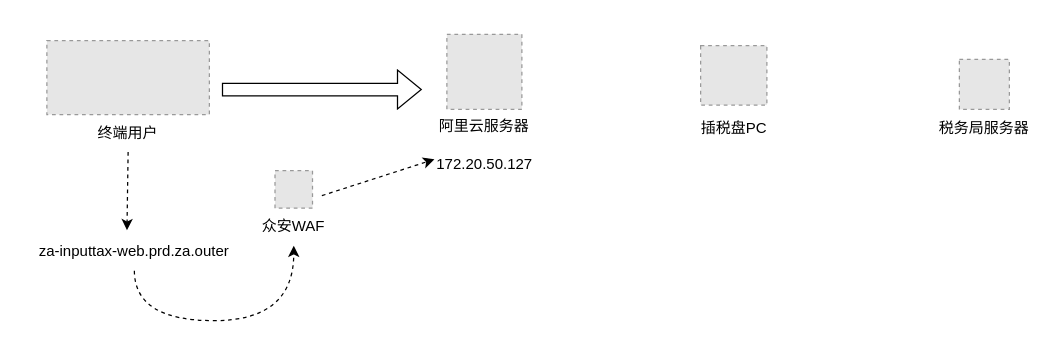
Before: caiwu.drawio in XianpengYang/draw.io, a draw.io diagram. Source tidied: cells renumbered, new cells numbered last; positions are measured from the earlier drawing's top-left corner, leaving out a move shared by most shapes. Both pictures are drawn from the tidied source at 125%, with x=0, y=0 at pixel (21, 34). Pictures stored in the file or linked from it are replaced by grey dashed boxes.
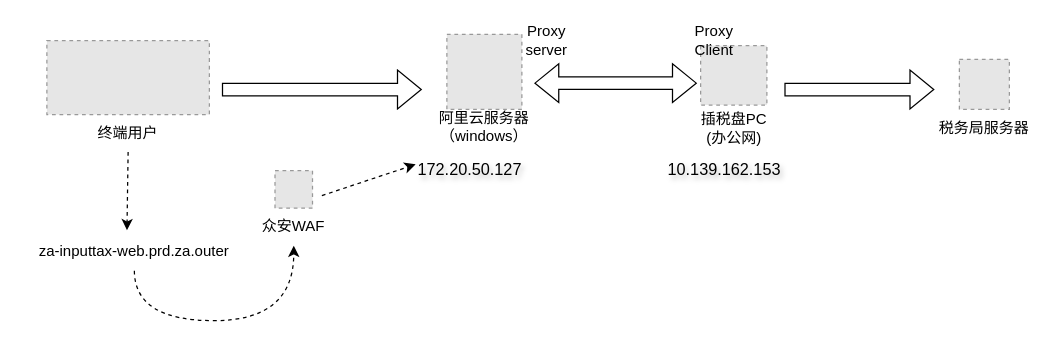
After the change.

Unchanged cells that the change refers to:
```xml
<mxCell id="5" style="group;" parent="1" vertex="1">
  <mxGeometry x="330" y="-0.1" width="80" height="89.1" as="geometry" />
</mxCell>
<mxCell id="8" style="group;" parent="1" vertex="1">
  <mxGeometry x="540" y="9" width="60" height="81" as="geometry" />
</mxCell>
```

Diff of the diagram source:
```diff
@@
-    <mxCell id="7" value="阿里云服务器" style="text;html=1;align=center;verticalAlign=middle;whiteSpace=wrap;rounded=0;" parent="5" vertex="1">
+    <mxCell id="7" value="阿里云服务器&lt;br&gt;（windows）" style="text;html=1;align=center;verticalAlign=middle;whiteSpace=wrap;rounded=0;" parent="5" vertex="1">
       <mxGeometry y="59.1" width="80" height="30" as="geometry" />
     </mxCell>
@@
-    <mxCell id="10" value="插税盘PC" style="text;html=1;align=center;verticalAlign=middle;whiteSpace=wrap;rounded=0;" parent="8" vertex="1">
+    <mxCell id="10" value="插税盘PC&lt;br&gt;(办公网)" style="text;html=1;align=center;verticalAlign=middle;whiteSpace=wrap;rounded=0;" parent="8" vertex="1">
       <mxGeometry y="51" width="60" height="30" as="geometry" />
     </mxCell>
@@
-    <mxCell id="16" value="172.20.50.127" style="text;whiteSpace=wrap;" parent="1" vertex="1">
-      <mxGeometry x="330" y="90" width="110" height="40" as="geometry" />
+    <mxCell id="16" value="172.20.50.127" style="text;whiteSpace=wrap;labelBackgroundColor=none;labelBorderColor=none;textShadow=1;fontSize=13;" parent="1" vertex="1">
+      <mxGeometry x="315" y="94" width="110" height="40" as="geometry" />
     </mxCell>
@@
+    <mxCell id="23" style="shape=flexArrow;endArrow=classic;startArrow=classic;html=1;rounded=0;" parent="1" edge="1">
+      <mxGeometry relative="1" as="geometry">
+        <mxPoint x="410" y="39" as="sourcePoint" />
+        <mxPoint x="540" y="39" as="targetPoint" />
+      </mxGeometry>
+    </mxCell>
+    <mxCell id="24" value="Proxy&lt;br&gt;server" style="text;html=1;align=center;verticalAlign=middle;whiteSpace=wrap;rounded=0;" parent="1" vertex="1">
+      <mxGeometry x="390" y="-10" width="60" height="30" as="geometry" />
+    </mxCell>
+    <mxCell id="25" value="Proxy&lt;br&gt;Client" style="text;html=1;align=center;verticalAlign=middle;whiteSpace=wrap;rounded=0;" parent="1" vertex="1">
+      <mxGeometry x="524" y="-10" width="60" height="30" as="geometry" />
+    </mxCell>
+    <mxCell id="26" value="10.139.162.153" style="text;whiteSpace=wrap;textShadow=1;fontSize=13;" parent="1" vertex="1">
+      <mxGeometry x="515" y="94" width="110" height="40" as="geometry" />
+    </mxCell>
+    <mxCell id="27" style="shape=flexArrow;endArrow=classic;html=1;rounded=0;" parent="1" edge="1">
+      <mxGeometry relative="1" as="geometry">
+        <mxPoint x="610" y="44.1" as="sourcePoint" />
+        <mxPoint x="730" y="44.1" as="targetPoint" />
+      </mxGeometry>
+    </mxCell>
```
